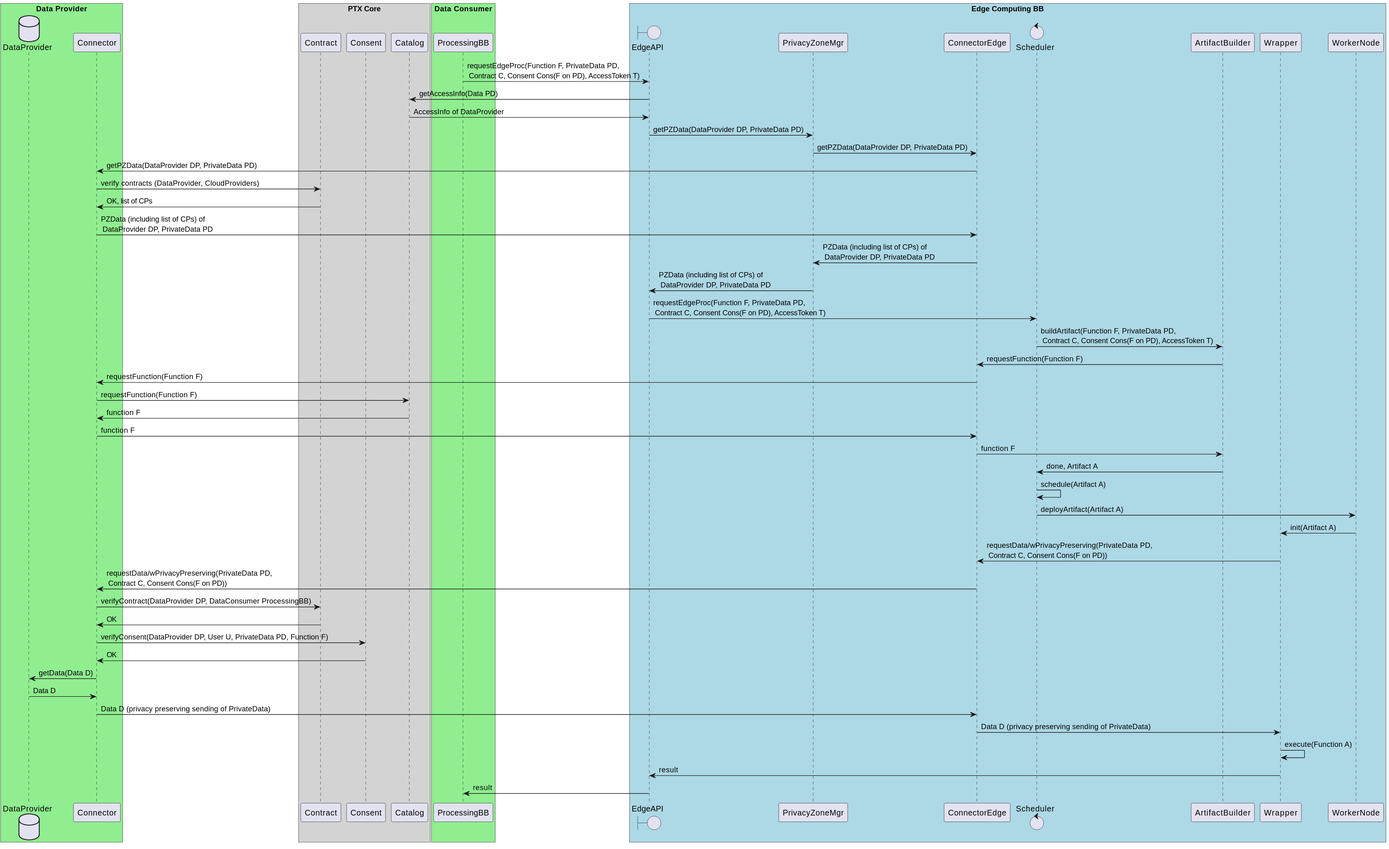
This is docs/diagrams/edge-computing-bb-seq-diag.svg from Prometheus-X-association/edge-computing, a PlantUML export, as it was before one commit.
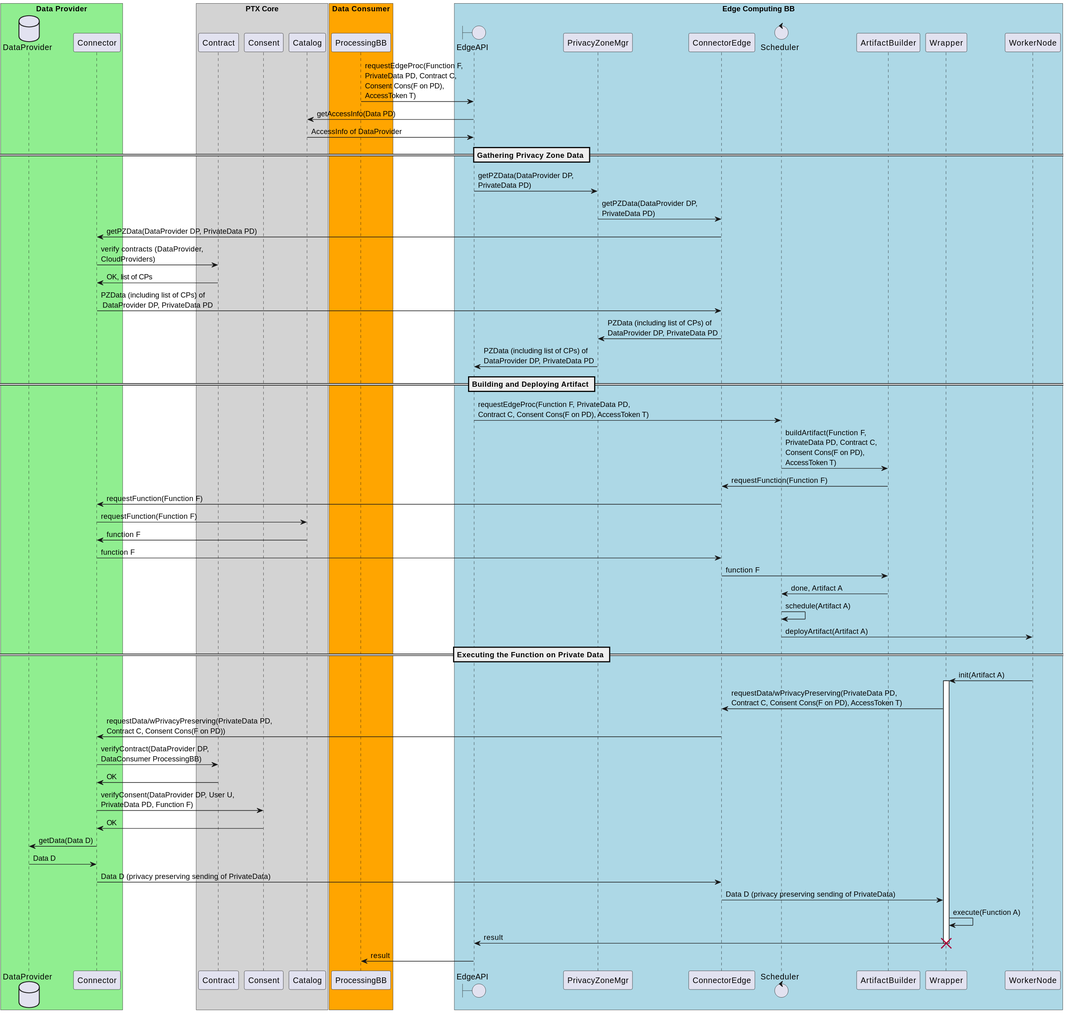
After the change.

Commit message:
update seq diagram

Diff of the diagram source:
```diff
@@ -9,7 +9,7 @@
     participant Consent order 35
     participant Catalog order 40
 end box
-box "Data Consumer" #LightGreen
+box "Data Consumer" #Orange
     participant ProcessingBB order 50
 end box
 box "Edge Computing BB" #LightBlue
@@ -22,21 +22,23 @@
     participant WorkerNode order 110
 end box
 
-ProcessingBB -> EdgeAPI : requestEdgeProc(Function F, PrivateData PD,\n Contract C, Consent Cons(F on PD), AccessToken T)
+ProcessingBB -> EdgeAPI : requestEdgeProc(Function F, \nPrivateData PD, Contract C, \nConsent Cons(F on PD), \nAccessToken T)
 EdgeAPI -> Catalog : getAccessInfo(Data PD)
 Catalog -> EdgeAPI : AccessInfo of DataProvider
 
-EdgeAPI -> PrivacyZoneMgr : getPZData(DataProvider DP, PrivateData PD)
-PrivacyZoneMgr -> ConnectorEdge : getPZData(DataProvider DP, PrivateData PD)
+== Gathering Privacy Zone Data ==
+EdgeAPI -> PrivacyZoneMgr : getPZData(DataProvider DP, \nPrivateData PD)
+PrivacyZoneMgr -> ConnectorEdge : getPZData(DataProvider DP, \nPrivateData PD)
 ConnectorEdge -> Connector : getPZData(DataProvider DP, PrivateData PD)
-Connector -> Contract : verify contracts (DataProvider, CloudProviders)
+Connector -> Contract : verify contracts (DataProvider, \nCloudProviders)
 Contract -> Connector : OK, list of CPs
 Connector -> ConnectorEdge : PZData (including list of CPs) of \n DataProvider DP, PrivateData PD
-ConnectorEdge -> PrivacyZoneMgr : PZData (including list of CPs) of \n DataProvider DP, PrivateData PD
-PrivacyZoneMgr -> EdgeAPI : PZData (including list of CPs) of \n DataProvider DP, PrivateData PD
+ConnectorEdge -> PrivacyZoneMgr : PZData (including list of CPs) of \nDataProvider DP, PrivateData PD
+PrivacyZoneMgr -> EdgeAPI : PZData (including list of CPs) of \nDataProvider DP, PrivateData PD
 
-EdgeAPI -> Scheduler : requestEdgeProc(Function F, PrivateData PD,\n Contract C, Consent Cons(F on PD), AccessToken T)
-Scheduler -> ArtifactBuilder : buildArtifact(Function F, PrivateData PD,\n Contract C, Consent Cons(F on PD), AccessToken T)
+== Building and Deploying Artifact ==
+EdgeAPI -> Scheduler : requestEdgeProc(Function F, PrivateData PD,\nContract C, Consent Cons(F on PD), AccessToken T)
+Scheduler -> ArtifactBuilder : buildArtifact(Function F, \nPrivateData PD, Contract C, \nConsent Cons(F on PD), \nAccessToken T)
 ArtifactBuilder -> ConnectorEdge : requestFunction(Function F)
 ConnectorEdge -> Connector : requestFunction(Function F)
 Connector -> Catalog : requestFunction(Function F)
@@ -47,13 +49,16 @@
 
 Scheduler -> Scheduler : schedule(Artifact A)
 Scheduler -> WorkerNode : deployArtifact(Artifact A)
+
+== Executing the Function on Private Data ==
 WorkerNode -> Wrapper : init(Artifact A)
-Wrapper -> ConnectorEdge : requestData/wPrivacyPreserving(PrivateData PD,\n Contract C, Consent Cons(F on PD))
-ConnectorEdge -> Connector : requestData/wPrivacyPreserving(PrivateData PD,\n Contract C, Consent Cons(F on PD))
+activate Wrapper
+Wrapper -> ConnectorEdge : requestData/wPrivacyPreserving(PrivateData PD,\nContract C, Consent Cons(F on PD), AccessToken T)
+ConnectorEdge -> Connector : requestData/wPrivacyPreserving(PrivateData PD,\nContract C, Consent Cons(F on PD))
 
-Connector -> Contract : verifyContract(DataProvider DP, DataConsumer ProcessingBB)
+Connector -> Contract : verifyContract(DataProvider DP,\nDataConsumer ProcessingBB)
 Contract -> Connector : OK
-Connector -> Consent : verifyConsent(DataProvider DP, User U, PrivateData PD, Function F)
+Connector -> Consent : verifyConsent(DataProvider DP, User U, \nPrivateData PD, Function F)
 Consent -> Connector : OK
 Connector -> DataProvider : getData(Data D)
 DataProvider -> Connector : Data D
@@ -62,5 +67,6 @@
 ConnectorEdge -> Wrapper : Data D (privacy preserving sending of PrivateData)
 Wrapper -> Wrapper : execute(Function A)
 Wrapper -> EdgeAPI : result
+destroy Wrapper
 EdgeAPI -> ProcessingBB : result
 @enduml
```
